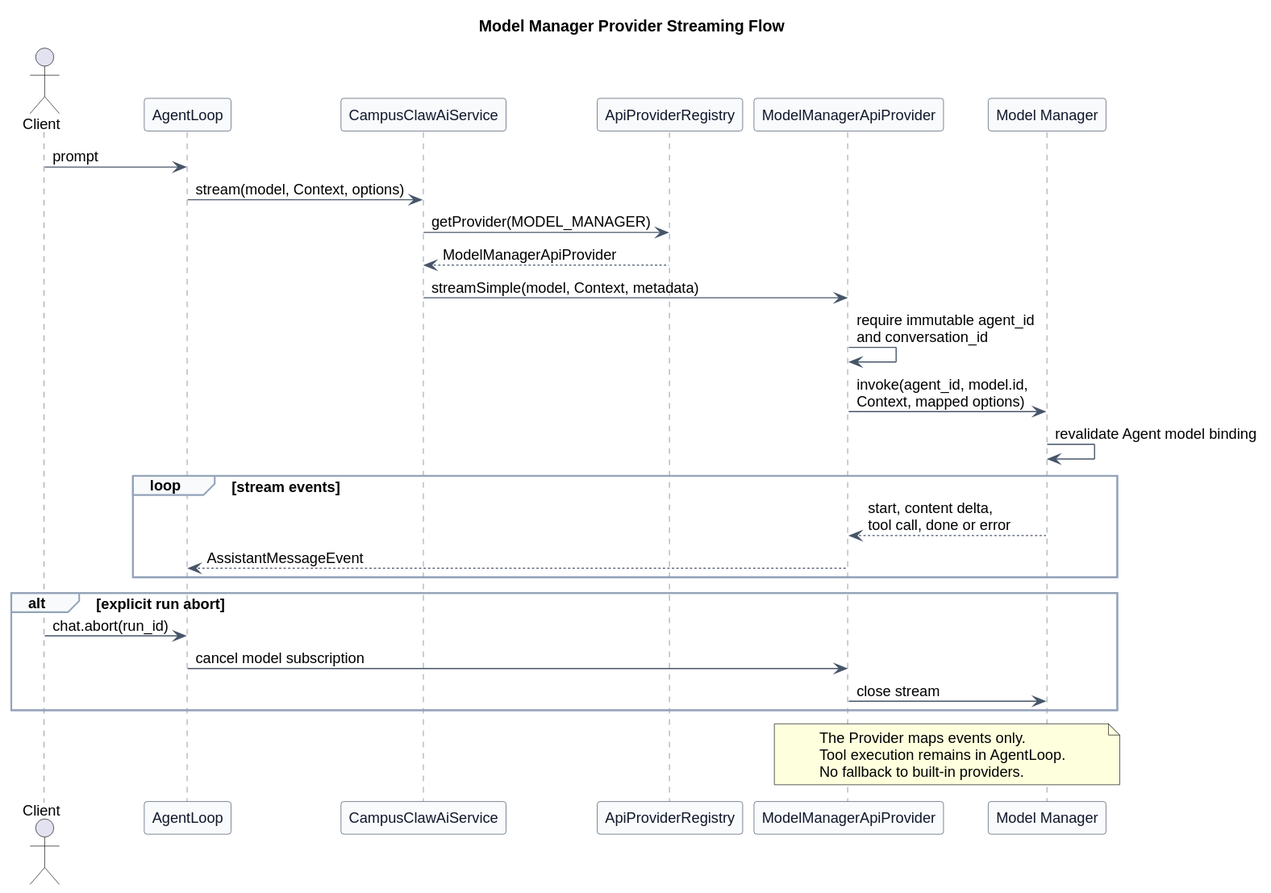
Above: pi-mono-java-manager-driven-multi-agent-runtime/model_manager_streaming_flow.svg in superheromeZzh/pi-mono-java-design (PlantUML), before the change.
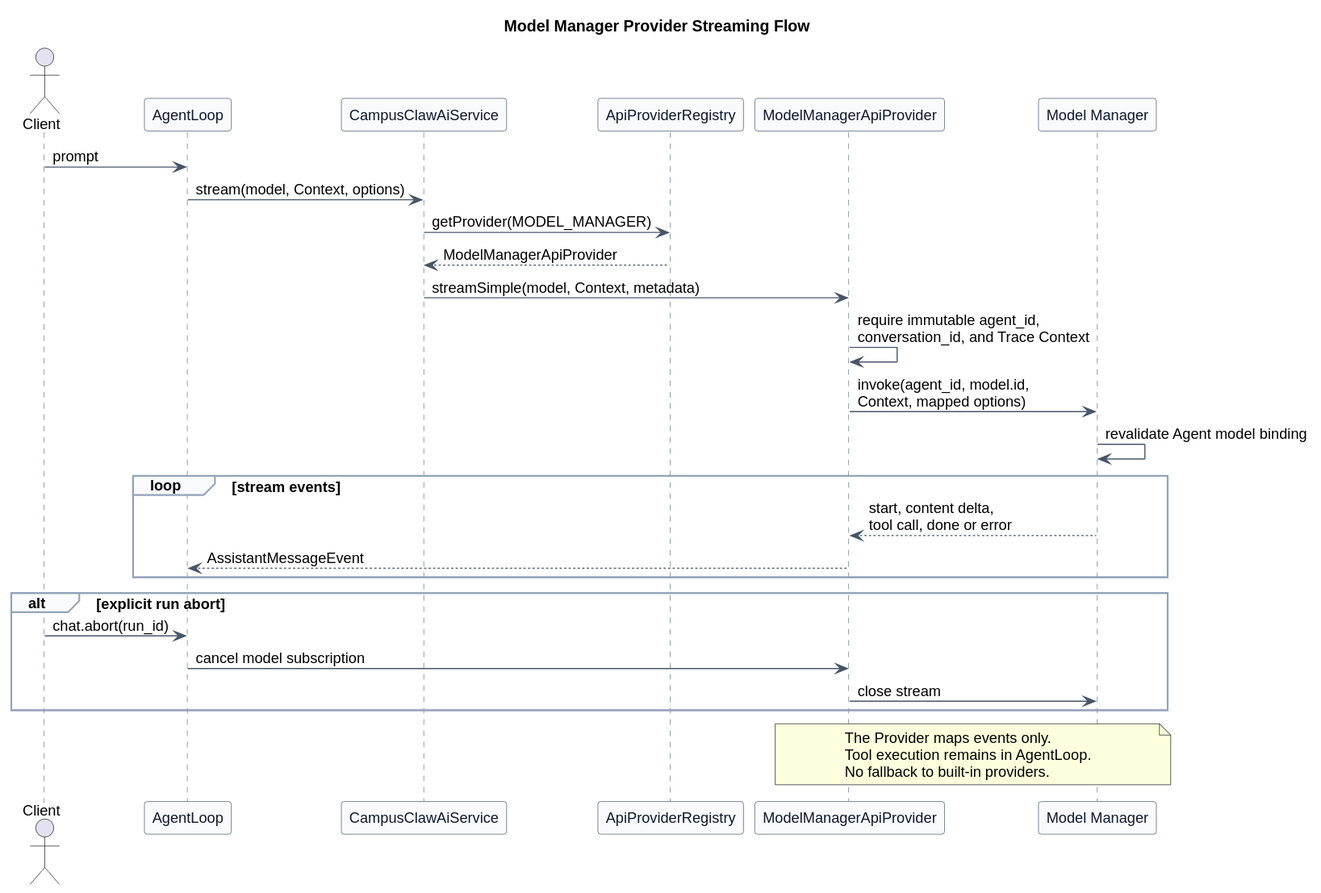
Above is the later version.

Diff of the diagram source:
```diff
@@ -31,7 +31,7 @@
 AiService -> Registry : getProvider(MODEL_MANAGER)
 Registry --> AiService : ModelManagerApiProvider
 AiService -> Provider : streamSimple(model, Context, metadata)
-Provider -> Provider : require immutable agent_id\nand conversation_id
+Provider -> Provider : require immutable agent_id,\nconversation_id, and Trace Context
 Provider -> ModelManager : invoke(agent_id, model.id,\nContext, mapped options)
 ModelManager -> ModelManager : revalidate Agent model binding
 
```
